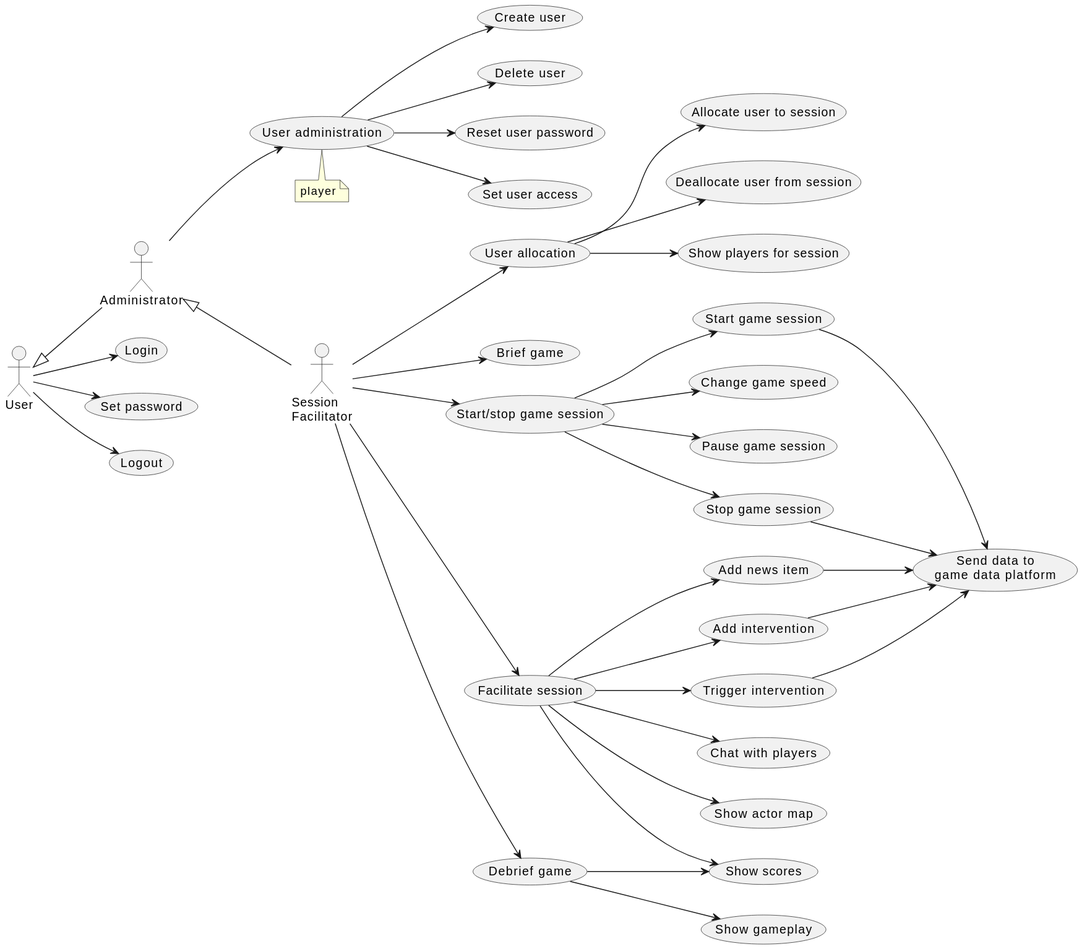
Earlier version of the PlantUML export doc/2-use-cases/diagrams/session-facilitation.svg (averbraeck/gscg-design).
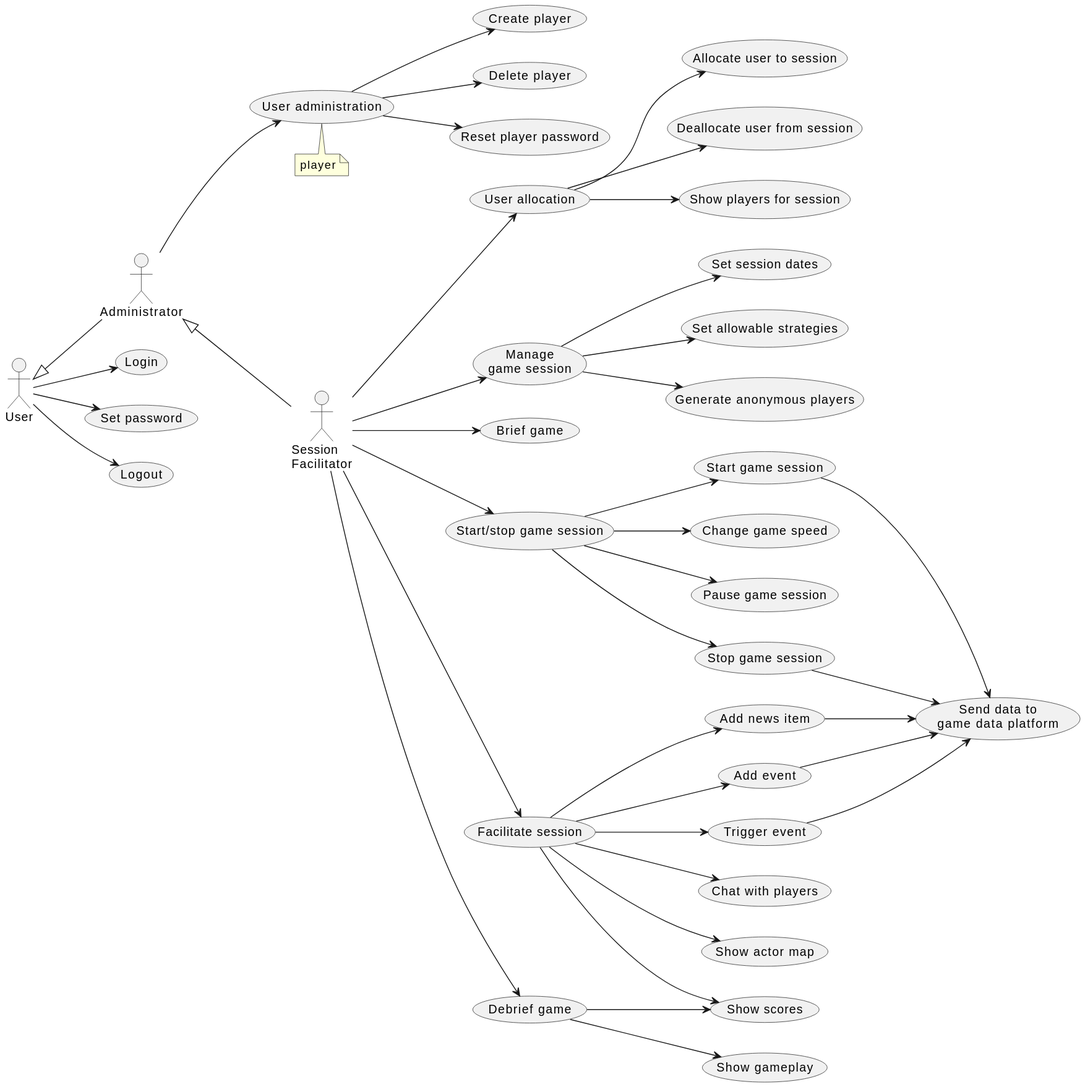
Later version of the same file.

Change to the diagram source:
```diff
@@ -14,15 +14,20 @@
   player
 end note
 
-(User administration) --> (Create user)
-(User administration) --> (Delete user)
-(User administration) --> (Reset user password)
-(User administration) --> (Set user access)
+(User administration) --> (Create player)
+(User administration) --> (Delete player)
+(User administration) --> (Reset player password)
 
 SF --> (User allocation)
 (User allocation) --> (Allocate user to session)
 (User allocation) --> (Deallocate user from session)
 (User allocation) --> (Show players for session)
+
+"Manage\ngame session" as (Manage)
+SF --> Manage
+Manage --> (Set session dates)
+Manage --> (Set allowable strategies)
+Manage --> (Generate anonymous players)
 
 SF --> (Brief game)
 
@@ -34,16 +39,16 @@
 
 SF --> (Facilitate session)
 (Facilitate session) --> (Add news item)
-(Facilitate session) --> (Add intervention)
-(Facilitate session) --> (Trigger intervention)
+(Facilitate session) --> (Add event)
+(Facilitate session) --> (Trigger event)
 (Facilitate session) --> (Chat with players)
 (Facilitate session) --> (Show actor map)
 (Facilitate session) --> (Show scores)
 
 (Start game session) --> (Send data to\ngame data platform)
 (Add news item) --> (Send data to\ngame data platform)
-(Add intervention) --> (Send data to\ngame data platform)
-(Trigger intervention) --> (Send data to\ngame data platform)
+(Add event) --> (Send data to\ngame data platform)
+(Trigger event) --> (Send data to\ngame data platform)
 (Stop game session) --> (Send data to\ngame data platform)
 
 SF --> (Debrief game)
```
